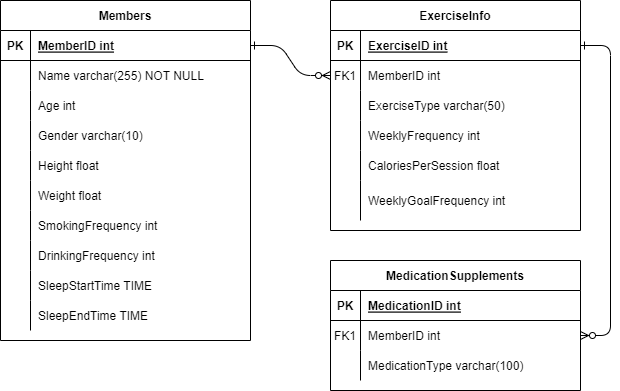
asd0236/Healthcare-Project-with-AWS keeps this draw.io diagram as Back-end/DataBase/E-R Diagram/E-R Diagram.png. Above is the earlier version. Source tidied: cells renumbered, new cells last; positions are measured from the earlier drawing's top-left corner, leaving out a move shared by most shapes. The source it was exported from:
```xml
<mxGraphModel>
  <root>
    <mxCell id="0" />
    <mxCell id="1" parent="0" />
    <mxCell id="2" style="edgeStyle=entityRelationEdgeStyle;endArrow=ERzeroToMany;startArrow=ERone;endFill=1;startFill=0;" parent="1" edge="1" source="34" target="8">
      <mxGeometry relative="1" as="geometry" />
    </mxCell>
    <mxCell id="3" style="edgeStyle=entityRelationEdgeStyle;endArrow=ERzeroToMany;startArrow=ERone;endFill=1;startFill=0;" parent="1" edge="1" source="5" target="27">
      <mxGeometry relative="1" as="geometry" />
    </mxCell>
    <mxCell id="4" value="ExerciseInfo" style="shape=table;startSize=30;rowLines=0;fontStyle=1;align=center;" parent="1" vertex="1">
      <mxGeometry x="330" width="250" height="230" as="geometry" />
    </mxCell>
    <mxCell id="5" style="shape=partialRectangle;fillColor=none;points=[[0,0.5],[1,0.5]];portConstraint=eastwest;top=0;left=0;right=0;bottom=1;" parent="4" vertex="1">
      <mxGeometry y="30" width="250" height="30" as="geometry" />
    </mxCell>
    <mxCell id="6" value="PK" style="shape=partialRectangle;overflow=hidden;fillColor=none;top=0;left=0;bottom=0;right=0;fontStyle=1;" parent="5" vertex="1">
      <mxGeometry width="30" height="30" as="geometry" />
    </mxCell>
    <mxCell id="7" value="ExerciseID int" style="shape=partialRectangle;overflow=hidden;fillColor=none;top=0;left=0;bottom=0;right=0;align=left;spacingLeft=6;fontStyle=5;" parent="5" vertex="1">
      <mxGeometry x="30" width="220" height="30" as="geometry" />
    </mxCell>
    <mxCell id="8" style="shape=partialRectangle;fillColor=none;points=[[0,0.5],[1,0.5]];portConstraint=eastwest;top=0;left=0;right=0;bottom=0;" parent="4" vertex="1">
      <mxGeometry y="60" width="250" height="30" as="geometry" />
    </mxCell>
    <mxCell id="9" value="FK1" style="shape=partialRectangle;overflow=hidden;fillColor=none;top=0;left=0;bottom=0;right=0;" parent="8" vertex="1">
      <mxGeometry width="30" height="30" as="geometry" />
    </mxCell>
    <mxCell id="10" value="MemberID int" style="shape=partialRectangle;overflow=hidden;fillColor=none;top=0;left=0;bottom=0;right=0;align=left;spacingLeft=6;" parent="8" vertex="1">
      <mxGeometry x="30" width="220" height="30" as="geometry" />
    </mxCell>
    <mxCell id="11" style="shape=partialRectangle;fillColor=none;top=0;left=0;right=0;bottom=0;" parent="4" vertex="1">
      <mxGeometry y="90" width="250" height="30" as="geometry" />
    </mxCell>
    <mxCell id="12" style="shape=partialRectangle;overflow=hidden;fillColor=none;top=0;left=0;bottom=0;right=0;" parent="11" vertex="1">
      <mxGeometry width="30" height="30" as="geometry" />
    </mxCell>
    <mxCell id="13" value="ExerciseType varchar(50)" style="shape=partialRectangle;overflow=hidden;fillColor=none;top=0;left=0;bottom=0;right=0;align=left;spacingLeft=6;" parent="11" vertex="1">
      <mxGeometry x="30" width="220" height="30" as="geometry" />
    </mxCell>
    <mxCell id="14" style="shape=partialRectangle;fillColor=none;top=0;left=0;right=0;bottom=0;" parent="4" vertex="1">
      <mxGeometry y="120" width="250" height="30" as="geometry" />
    </mxCell>
    <mxCell id="15" style="shape=partialRectangle;overflow=hidden;fillColor=none;top=0;left=0;bottom=0;right=0;" parent="14" vertex="1">
      <mxGeometry width="30" height="30" as="geometry" />
    </mxCell>
    <mxCell id="16" value="WeeklyFrequency int" style="shape=partialRectangle;overflow=hidden;fillColor=none;top=0;left=0;bottom=0;right=0;align=left;spacingLeft=6;" parent="14" vertex="1">
      <mxGeometry x="30" width="220" height="30" as="geometry" />
    </mxCell>
    <mxCell id="17" style="shape=partialRectangle;fillColor=none;top=0;left=0;right=0;bottom=0;" parent="4" vertex="1">
      <mxGeometry y="150" width="250" height="30" as="geometry" />
    </mxCell>
    <mxCell id="18" style="shape=partialRectangle;overflow=hidden;fillColor=none;top=0;left=0;bottom=0;right=0;" parent="17" vertex="1">
      <mxGeometry width="30" height="30" as="geometry" />
    </mxCell>
    <mxCell id="19" value="CaloriesPerSession float" style="shape=partialRectangle;overflow=hidden;fillColor=none;top=0;left=0;bottom=0;right=0;align=left;spacingLeft=6;" parent="17" vertex="1">
      <mxGeometry x="30" width="220" height="30" as="geometry" />
    </mxCell>
    <mxCell id="20" style="shape=partialRectangle;fillColor=none;top=0;left=0;right=0;bottom=0;" parent="4" vertex="1">
      <mxGeometry y="180" width="250" height="40" as="geometry" />
    </mxCell>
    <mxCell id="21" style="shape=partialRectangle;overflow=hidden;fillColor=none;top=0;left=0;bottom=0;right=0;" parent="20" vertex="1">
      <mxGeometry width="30" height="40" as="geometry" />
    </mxCell>
    <mxCell id="22" value="WeeklyGoalFrequency int" style="shape=partialRectangle;overflow=hidden;fillColor=none;top=0;left=0;bottom=0;right=0;align=left;spacingLeft=6;" parent="20" vertex="1">
      <mxGeometry x="30" width="220" height="40" as="geometry" />
    </mxCell>
    <mxCell id="23" value="MedicationSupplements" style="shape=table;startSize=30;rowLines=0;fontStyle=1;align=center;" parent="1" vertex="1">
      <mxGeometry x="330" y="260" width="250" height="130" as="geometry" />
    </mxCell>
    <mxCell id="24" style="shape=partialRectangle;fillColor=none;top=0;left=0;right=0;bottom=1;" parent="23" vertex="1">
      <mxGeometry y="30" width="250" height="30" as="geometry" />
    </mxCell>
    <mxCell id="25" value="PK" style="shape=partialRectangle;overflow=hidden;fillColor=none;top=0;left=0;bottom=0;right=0;fontStyle=1;" parent="24" vertex="1">
      <mxGeometry width="30" height="30" as="geometry" />
    </mxCell>
    <mxCell id="26" value="MedicationID int" style="shape=partialRectangle;overflow=hidden;fillColor=none;top=0;left=0;bottom=0;right=0;align=left;spacingLeft=6;fontStyle=5;" parent="24" vertex="1">
      <mxGeometry x="30" width="220" height="30" as="geometry" />
    </mxCell>
    <mxCell id="27" style="shape=partialRectangle;fillColor=none;points=[[0,0.5],[1,0.5]];portConstraint=eastwest;top=0;left=0;right=0;bottom=0;" parent="23" vertex="1">
      <mxGeometry y="60" width="250" height="30" as="geometry" />
    </mxCell>
    <mxCell id="28" value="FK1" style="shape=partialRectangle;overflow=hidden;fillColor=none;top=0;left=0;bottom=0;right=0;" parent="27" vertex="1">
      <mxGeometry width="30" height="30" as="geometry" />
    </mxCell>
    <mxCell id="29" value="MemberID int" style="shape=partialRectangle;overflow=hidden;fillColor=none;top=0;left=0;bottom=0;right=0;align=left;spacingLeft=6;" parent="27" vertex="1">
      <mxGeometry x="30" width="220" height="30" as="geometry" />
    </mxCell>
    <mxCell id="30" style="shape=partialRectangle;fillColor=none;top=0;left=0;right=0;bottom=0;" parent="23" vertex="1">
      <mxGeometry y="90" width="250" height="30" as="geometry" />
    </mxCell>
    <mxCell id="31" style="shape=partialRectangle;overflow=hidden;fillColor=none;top=0;left=0;bottom=0;right=0;" parent="30" vertex="1">
      <mxGeometry width="30" height="30" as="geometry" />
    </mxCell>
    <mxCell id="32" value="MedicationType varchar(100)" style="shape=partialRectangle;overflow=hidden;fillColor=none;top=0;left=0;bottom=0;right=0;align=left;spacingLeft=6;" parent="30" vertex="1">
      <mxGeometry x="30" width="220" height="30" as="geometry" />
    </mxCell>
    <mxCell id="33" value="Members" style="shape=table;startSize=30;rowLines=0;fontStyle=1;align=center;" parent="1" vertex="1">
      <mxGeometry width="250" height="340" as="geometry" />
    </mxCell>
    <mxCell id="34" style="shape=partialRectangle;fillColor=none;points=[[0,0.5],[1,0.5]];portConstraint=eastwest;top=0;left=0;right=0;bottom=1;" parent="33" vertex="1">
      <mxGeometry y="30" width="250" height="30" as="geometry" />
    </mxCell>
    <mxCell id="35" value="PK" style="shape=partialRectangle;overflow=hidden;fillColor=none;top=0;left=0;bottom=0;right=0;fontStyle=1;" parent="34" vertex="1">
      <mxGeometry width="30" height="30" as="geometry" />
    </mxCell>
    <mxCell id="36" value="MemberID int" style="shape=partialRectangle;overflow=hidden;fillColor=none;top=0;left=0;bottom=0;right=0;align=left;spacingLeft=6;fontStyle=5;" parent="34" vertex="1">
      <mxGeometry x="30" width="220" height="30" as="geometry" />
    </mxCell>
    <mxCell id="37" style="shape=partialRectangle;fillColor=none;top=0;left=0;right=0;bottom=0;" parent="33" vertex="1">
      <mxGeometry y="60" width="250" height="30" as="geometry" />
    </mxCell>
    <mxCell id="38" style="shape=partialRectangle;overflow=hidden;fillColor=none;top=0;left=0;bottom=0;right=0;" parent="37" vertex="1">
      <mxGeometry width="30" height="30" as="geometry" />
    </mxCell>
    <mxCell id="39" value="Name varchar(255) NOT NULL" style="shape=partialRectangle;overflow=hidden;fillColor=none;top=0;left=0;bottom=0;right=0;align=left;spacingLeft=6;" parent="37" vertex="1">
      <mxGeometry x="30" width="220" height="30" as="geometry" />
    </mxCell>
    <mxCell id="40" style="shape=partialRectangle;fillColor=none;top=0;left=0;right=0;bottom=0;" parent="33" vertex="1">
      <mxGeometry y="90" width="250" height="30" as="geometry" />
    </mxCell>
    <mxCell id="41" style="shape=partialRectangle;overflow=hidden;fillColor=none;top=0;left=0;bottom=0;right=0;" parent="40" vertex="1">
      <mxGeometry width="30" height="30" as="geometry" />
    </mxCell>
    <mxCell id="42" value="Age int" style="shape=partialRectangle;overflow=hidden;fillColor=none;top=0;left=0;bottom=0;right=0;align=left;spacingLeft=6;" parent="40" vertex="1">
      <mxGeometry x="30" width="220" height="30" as="geometry" />
    </mxCell>
    <mxCell id="43" style="shape=partialRectangle;fillColor=none;top=0;left=0;right=0;bottom=0;" parent="33" vertex="1">
      <mxGeometry y="120" width="250" height="30" as="geometry" />
    </mxCell>
    <mxCell id="44" style="shape=partialRectangle;overflow=hidden;fillColor=none;top=0;left=0;bottom=0;right=0;" parent="43" vertex="1">
      <mxGeometry width="30" height="30" as="geometry" />
    </mxCell>
    <mxCell id="45" value="Gender varchar(10)" style="shape=partialRectangle;overflow=hidden;fillColor=none;top=0;left=0;bottom=0;right=0;align=left;spacingLeft=6;" parent="43" vertex="1">
      <mxGeometry x="30" width="220" height="30" as="geometry" />
    </mxCell>
    <mxCell id="46" style="shape=partialRectangle;fillColor=none;top=0;left=0;right=0;bottom=0;" parent="33" vertex="1">
      <mxGeometry y="150" width="250" height="30" as="geometry" />
    </mxCell>
    <mxCell id="47" style="shape=partialRectangle;overflow=hidden;fillColor=none;top=0;left=0;bottom=0;right=0;" parent="46" vertex="1">
      <mxGeometry width="30" height="30" as="geometry" />
    </mxCell>
    <mxCell id="48" value="Height float" style="shape=partialRectangle;overflow=hidden;fillColor=none;top=0;left=0;bottom=0;right=0;align=left;spacingLeft=6;" parent="46" vertex="1">
      <mxGeometry x="30" width="220" height="30" as="geometry" />
    </mxCell>
    <mxCell id="49" style="shape=partialRectangle;fillColor=none;top=0;left=0;right=0;bottom=0;" parent="33" vertex="1">
      <mxGeometry y="180" width="250" height="30" as="geometry" />
    </mxCell>
    <mxCell id="50" style="shape=partialRectangle;overflow=hidden;fillColor=none;top=0;left=0;bottom=0;right=0;" parent="49" vertex="1">
      <mxGeometry width="30" height="30" as="geometry" />
    </mxCell>
    <mxCell id="51" value="Weight float" style="shape=partialRectangle;overflow=hidden;fillColor=none;top=0;left=0;bottom=0;right=0;align=left;spacingLeft=6;" parent="49" vertex="1">
      <mxGeometry x="30" width="220" height="30" as="geometry" />
    </mxCell>
    <mxCell id="52" style="shape=partialRectangle;fillColor=none;top=0;left=0;right=0;bottom=0;" parent="33" vertex="1">
      <mxGeometry y="210" width="250" height="30" as="geometry" />
    </mxCell>
    <mxCell id="53" style="shape=partialRectangle;overflow=hidden;fillColor=none;top=0;left=0;bottom=0;right=0;" parent="52" vertex="1">
      <mxGeometry width="30" height="30" as="geometry" />
    </mxCell>
    <mxCell id="54" value="SmokingFrequency int" style="shape=partialRectangle;overflow=hidden;fillColor=none;top=0;left=0;bottom=0;right=0;align=left;spacingLeft=6;" parent="52" vertex="1">
      <mxGeometry x="30" width="220" height="30" as="geometry" />
    </mxCell>
    <mxCell id="55" style="shape=partialRectangle;fillColor=none;top=0;left=0;right=0;bottom=0;" parent="33" vertex="1">
      <mxGeometry y="240" width="250" height="30" as="geometry" />
    </mxCell>
    <mxCell id="56" style="shape=partialRectangle;overflow=hidden;fillColor=none;top=0;left=0;bottom=0;right=0;" parent="55" vertex="1">
      <mxGeometry width="30" height="30" as="geometry" />
    </mxCell>
    <mxCell id="57" value="DrinkingFrequency int" style="shape=partialRectangle;overflow=hidden;fillColor=none;top=0;left=0;bottom=0;right=0;align=left;spacingLeft=6;" parent="55" vertex="1">
      <mxGeometry x="30" width="220" height="30" as="geometry" />
    </mxCell>
    <mxCell id="58" style="shape=partialRectangle;fillColor=none;top=0;left=0;right=0;bottom=0;" parent="33" vertex="1">
      <mxGeometry y="270" width="250" height="30" as="geometry" />
    </mxCell>
    <mxCell id="59" style="shape=partialRectangle;overflow=hidden;fillColor=none;top=0;left=0;bottom=0;right=0;" parent="58" vertex="1">
      <mxGeometry width="30" height="30" as="geometry" />
    </mxCell>
    <mxCell id="60" value="SleepStartTime TIME" style="shape=partialRectangle;overflow=hidden;fillColor=none;top=0;left=0;bottom=0;right=0;align=left;spacingLeft=6;" parent="58" vertex="1">
      <mxGeometry x="30" width="220" height="30" as="geometry" />
    </mxCell>
    <mxCell id="61" style="shape=partialRectangle;fillColor=none;top=0;left=0;right=0;bottom=0;" parent="33" vertex="1">
      <mxGeometry y="300" width="250" height="30" as="geometry" />
    </mxCell>
    <mxCell id="62" style="shape=partialRectangle;overflow=hidden;fillColor=none;top=0;left=0;bottom=0;right=0;" parent="61" vertex="1">
      <mxGeometry width="30" height="30" as="geometry" />
    </mxCell>
    <mxCell id="63" value="SleepEndTime TIME" style="shape=partialRectangle;overflow=hidden;fillColor=none;top=0;left=0;bottom=0;right=0;align=left;spacingLeft=6;" parent="61" vertex="1">
      <mxGeometry x="30" width="220" height="30" as="geometry" />
    </mxCell>
  </root>
</mxGraphModel>
```
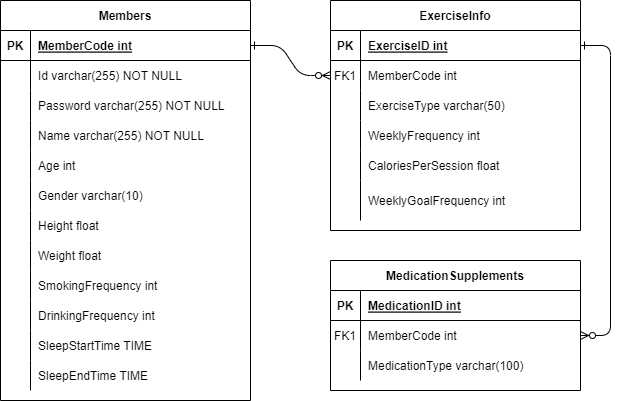
The same diagram one commit later.

Commit message:
fix: ERD 및 테이블 생성 sql파일 수정

The edit, as a diff of the source:
```diff
@@ -26,7 +26,7 @@
     <mxCell id="9" value="FK1" style="shape=partialRectangle;overflow=hidden;fillColor=none;top=0;left=0;bottom=0;right=0;" parent="8" vertex="1">
       <mxGeometry width="30" height="30" as="geometry" />
     </mxCell>
-    <mxCell id="10" value="MemberID int" style="shape=partialRectangle;overflow=hidden;fillColor=none;top=0;left=0;bottom=0;right=0;align=left;spacingLeft=6;" parent="8" vertex="1">
+    <mxCell id="10" value="MemberCode int" style="shape=partialRectangle;overflow=hidden;fillColor=none;top=0;left=0;bottom=0;right=0;align=left;spacingLeft=6;" parent="8" vertex="1">
       <mxGeometry x="30" width="220" height="30" as="geometry" />
     </mxCell>
     <mxCell id="11" style="shape=partialRectangle;fillColor=none;top=0;left=0;right=0;bottom=0;" parent="4" vertex="1">
@@ -83,7 +83,7 @@
     <mxCell id="28" value="FK1" style="shape=partialRectangle;overflow=hidden;fillColor=none;top=0;left=0;bottom=0;right=0;" parent="27" vertex="1">
       <mxGeometry width="30" height="30" as="geometry" />
     </mxCell>
-    <mxCell id="29" value="MemberID int" style="shape=partialRectangle;overflow=hidden;fillColor=none;top=0;left=0;bottom=0;right=0;align=left;spacingLeft=6;" parent="27" vertex="1">
+    <mxCell id="29" value="MemberCode int" style="shape=partialRectangle;overflow=hidden;fillColor=none;top=0;left=0;bottom=0;right=0;align=left;spacingLeft=6;" parent="27" vertex="1">
       <mxGeometry x="30" width="220" height="30" as="geometry" />
     </mxCell>
     <mxCell id="30" style="shape=partialRectangle;fillColor=none;top=0;left=0;right=0;bottom=0;" parent="23" vertex="1">
@@ -96,7 +96,7 @@
       <mxGeometry x="30" width="220" height="30" as="geometry" />
     </mxCell>
     <mxCell id="33" value="Members" style="shape=table;startSize=30;rowLines=0;fontStyle=1;align=center;" parent="1" vertex="1">
-      <mxGeometry width="250" height="340" as="geometry" />
+      <mxGeometry width="250" height="400" as="geometry" />
     </mxCell>
     <mxCell id="34" style="shape=partialRectangle;fillColor=none;points=[[0,0.5],[1,0.5]];portConstraint=eastwest;top=0;left=0;right=0;bottom=1;" parent="33" vertex="1">
       <mxGeometry y="30" width="250" height="30" as="geometry" />
@@ -104,11 +104,29 @@
     <mxCell id="35" value="PK" style="shape=partialRectangle;overflow=hidden;fillColor=none;top=0;left=0;bottom=0;right=0;fontStyle=1;" parent="34" vertex="1">
       <mxGeometry width="30" height="30" as="geometry" />
     </mxCell>
-    <mxCell id="36" value="MemberID int" style="shape=partialRectangle;overflow=hidden;fillColor=none;top=0;left=0;bottom=0;right=0;align=left;spacingLeft=6;fontStyle=5;" parent="34" vertex="1">
+    <mxCell id="36" value="MemberCode int" style="shape=partialRectangle;overflow=hidden;fillColor=none;top=0;left=0;bottom=0;right=0;align=left;spacingLeft=6;fontStyle=5;" parent="34" vertex="1">
       <mxGeometry x="30" width="220" height="30" as="geometry" />
     </mxCell>
+    <mxCell id="64" style="shape=partialRectangle;fillColor=none;top=0;left=0;right=0;bottom=0;" parent="33" vertex="1">
+      <mxGeometry y="60" width="250" height="30" as="geometry" />
+    </mxCell>
+    <mxCell id="65" style="shape=partialRectangle;overflow=hidden;fillColor=none;top=0;left=0;bottom=0;right=0;" parent="64" vertex="1">
+      <mxGeometry width="30" height="30" as="geometry" />
+    </mxCell>
+    <mxCell id="66" value="Id varchar(255) NOT NULL" style="shape=partialRectangle;overflow=hidden;fillColor=none;top=0;left=0;bottom=0;right=0;align=left;spacingLeft=6;" parent="64" vertex="1">
+      <mxGeometry x="30" width="220" height="30" as="geometry" />
+    </mxCell>
+    <mxCell id="67" style="shape=partialRectangle;fillColor=none;top=0;left=0;right=0;bottom=0;" parent="33" vertex="1">
+      <mxGeometry y="90" width="250" height="30" as="geometry" />
+    </mxCell>
+    <mxCell id="68" style="shape=partialRectangle;overflow=hidden;fillColor=none;top=0;left=0;bottom=0;right=0;" parent="67" vertex="1">
+      <mxGeometry width="30" height="30" as="geometry" />
+    </mxCell>
+    <mxCell id="69" value="Password varchar(255) NOT NULL" style="shape=partialRectangle;overflow=hidden;fillColor=none;top=0;left=0;bottom=0;right=0;align=left;spacingLeft=6;" parent="67" vertex="1">
+      <mxGeometry x="30" width="220" height="30" as="geometry" />
+    </mxCell>
     <mxCell id="37" style="shape=partialRectangle;fillColor=none;top=0;left=0;right=0;bottom=0;" parent="33" vertex="1">
-      <mxGeometry y="60" width="250" height="30" as="geometry" />
+      <mxGeometry y="120" width="250" height="30" as="geometry" />
     </mxCell>
     <mxCell id="38" style="shape=partialRectangle;overflow=hidden;fillColor=none;top=0;left=0;bottom=0;right=0;" parent="37" vertex="1">
       <mxGeometry width="30" height="30" as="geometry" />
@@ -117,7 +135,7 @@
       <mxGeometry x="30" width="220" height="30" as="geometry" />
     </mxCell>
     <mxCell id="40" style="shape=partialRectangle;fillColor=none;top=0;left=0;right=0;bottom=0;" parent="33" vertex="1">
-      <mxGeometry y="90" width="250" height="30" as="geometry" />
+      <mxGeometry y="150" width="250" height="30" as="geometry" />
     </mxCell>
     <mxCell id="41" style="shape=partialRectangle;overflow=hidden;fillColor=none;top=0;left=0;bottom=0;right=0;" parent="40" vertex="1">
       <mxGeometry width="30" height="30" as="geometry" />
@@ -126,7 +144,7 @@
       <mxGeometry x="30" width="220" height="30" as="geometry" />
     </mxCell>
     <mxCell id="43" style="shape=partialRectangle;fillColor=none;top=0;left=0;right=0;bottom=0;" parent="33" vertex="1">
-      <mxGeometry y="120" width="250" height="30" as="geometry" />
+      <mxGeometry y="180" width="250" height="30" as="geometry" />
     </mxCell>
     <mxCell id="44" style="shape=partialRectangle;overflow=hidden;fillColor=none;top=0;left=0;bottom=0;right=0;" parent="43" vertex="1">
       <mxGeometry width="30" height="30" as="geometry" />
@@ -135,7 +153,7 @@
       <mxGeometry x="30" width="220" height="30" as="geometry" />
     </mxCell>
     <mxCell id="46" style="shape=partialRectangle;fillColor=none;top=0;left=0;right=0;bottom=0;" parent="33" vertex="1">
-      <mxGeometry y="150" width="250" height="30" as="geometry" />
+      <mxGeometry y="210" width="250" height="30" as="geometry" />
     </mxCell>
     <mxCell id="47" style="shape=partialRectangle;overflow=hidden;fillColor=none;top=0;left=0;bottom=0;right=0;" parent="46" vertex="1">
       <mxGeometry width="30" height="30" as="geometry" />
@@ -144,7 +162,7 @@
       <mxGeometry x="30" width="220" height="30" as="geometry" />
     </mxCell>
     <mxCell id="49" style="shape=partialRectangle;fillColor=none;top=0;left=0;right=0;bottom=0;" parent="33" vertex="1">
-      <mxGeometry y="180" width="250" height="30" as="geometry" />
+      <mxGeometry y="240" width="250" height="30" as="geometry" />
     </mxCell>
     <mxCell id="50" style="shape=partialRectangle;overflow=hidden;fillColor=none;top=0;left=0;bottom=0;right=0;" parent="49" vertex="1">
       <mxGeometry width="30" height="30" as="geometry" />
@@ -153,7 +171,7 @@
       <mxGeometry x="30" width="220" height="30" as="geometry" />
     </mxCell>
     <mxCell id="52" style="shape=partialRectangle;fillColor=none;top=0;left=0;right=0;bottom=0;" parent="33" vertex="1">
-      <mxGeometry y="210" width="250" height="30" as="geometry" />
+      <mxGeometry y="270" width="250" height="30" as="geometry" />
     </mxCell>
     <mxCell id="53" style="shape=partialRectangle;overflow=hidden;fillColor=none;top=0;left=0;bottom=0;right=0;" parent="52" vertex="1">
       <mxGeometry width="30" height="30" as="geometry" />
@@ -162,7 +180,7 @@
       <mxGeometry x="30" width="220" height="30" as="geometry" />
     </mxCell>
     <mxCell id="55" style="shape=partialRectangle;fillColor=none;top=0;left=0;right=0;bottom=0;" parent="33" vertex="1">
-      <mxGeometry y="240" width="250" height="30" as="geometry" />
+      <mxGeometry y="300" width="250" height="30" as="geometry" />
     </mxCell>
     <mxCell id="56" style="shape=partialRectangle;overflow=hidden;fillColor=none;top=0;left=0;bottom=0;right=0;" parent="55" vertex="1">
       <mxGeometry width="30" height="30" as="geometry" />
@@ -171,7 +189,7 @@
       <mxGeometry x="30" width="220" height="30" as="geometry" />
     </mxCell>
     <mxCell id="58" style="shape=partialRectangle;fillColor=none;top=0;left=0;right=0;bottom=0;" parent="33" vertex="1">
-      <mxGeometry y="270" width="250" height="30" as="geometry" />
+      <mxGeometry y="330" width="250" height="30" as="geometry" />
     </mxCell>
     <mxCell id="59" style="shape=partialRectangle;overflow=hidden;fillColor=none;top=0;left=0;bottom=0;right=0;" parent="58" vertex="1">
       <mxGeometry width="30" height="30" as="geometry" />
@@ -180,7 +198,7 @@
       <mxGeometry x="30" width="220" height="30" as="geometry" />
     </mxCell>
     <mxCell id="61" style="shape=partialRectangle;fillColor=none;top=0;left=0;right=0;bottom=0;" parent="33" vertex="1">
-      <mxGeometry y="300" width="250" height="30" as="geometry" />
+      <mxGeometry y="360" width="250" height="30" as="geometry" />
     </mxCell>
     <mxCell id="62" style="shape=partialRectangle;overflow=hidden;fillColor=none;top=0;left=0;bottom=0;right=0;" parent="61" vertex="1">
       <mxGeometry width="30" height="30" as="geometry" />
```
